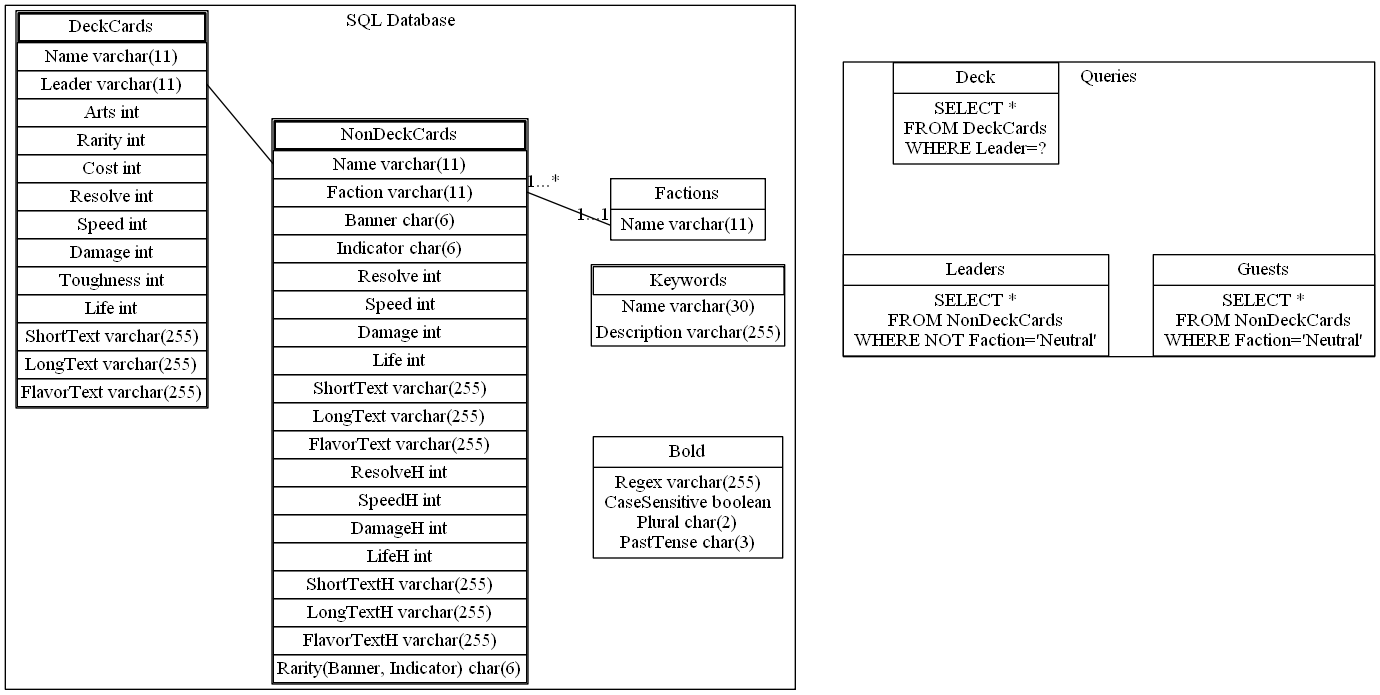
Earlier version of the Graphviz export graphs/commands.png (sbrow/skirmish). Its source is kept beside it as graphs/commands.gv.
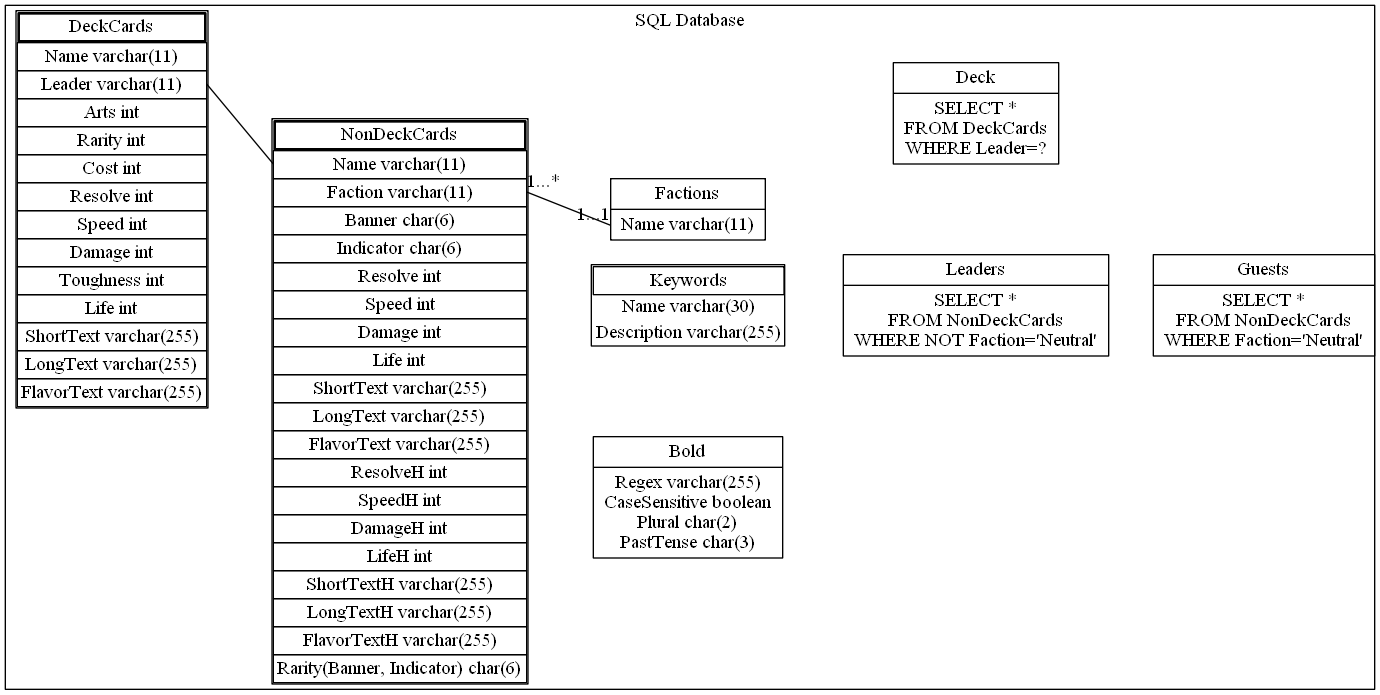
Above is the later version.

What changed in the source:
```diff
@@ -3,85 +3,89 @@
 	subgraph cluster_sql {
 		label = "SQL Database"
 		node [shape=record]
-		BoldWords [label="{Bold|Regex varchar(255)\nCaseSensitive boolean"
-			+ "\nPlural char(2)\nPastTense char(3)"
-			+ "}"
-			pos="6,-2!"
-		]
-		Keywords [
-		pos="6,0!"
-		shape=none
-		label=<<table border="1" cellspacing="0">
-			<tr><td port="" border="1">Keywords</td></tr>
-			<tr><td port="Name" border="0">Name varchar(30)</td></tr>
-			<tr><td port="Description" border="0">Description varchar(255)</td></tr>
-		</table>>
-		]
-		DeckCards [
-		shape=none
-		pos="0,1!"
-		label=<<table border="1" cellspacing="0">
-			<tr><td port="" border="2">DeckCards</td></tr>
-			<tr><td port="Name">Name varchar(11)</td></tr>
-			<tr><td port="Leader">Leader varchar(11)</td></tr>
-			<tr><td port="Arts">Arts int</td></tr>
-			<tr><td port="Rarity">Rarity int</td></tr>
-			<tr><td port="Cost">Cost int</td></tr>
-			<tr><td port="Resolve">Resolve int</td></tr>
-			<tr><td port="Speed">Speed int</td></tr>
-			<tr><td port="Damage">Damage int</td></tr>
-			<tr><td port="Toughness">Toughness int</td></tr>
-			<tr><td port="Life">Life int</td></tr>
-			<tr><td port="ShortText">ShortText varchar(255)</td></tr>
-			<tr><td port="LongText">LongText varchar(255)</td></tr>
-			<tr><td port="FlavorText">FlavorText varchar(255)</td></tr>
-		</table>>
-		]
-		NonDeckCards [
-		shape=none
-		pos="3,-1!"
-		label=<<table border="1" cellspacing="0">
-			<tr><td port="" border="2">NonDeckCards</td></tr>
-			<tr><td port="Name">Name varchar(11)</td></tr>
-			<tr><td port="Faction">Faction varchar(11)</td></tr>
-			<tr><td port="Banner">Banner char(6)</td></tr>
-			<tr><td port="Indicator">Indicator char(6)</td></tr>
-			<tr><td port="Resolve">Resolve int</td></tr>
-			<tr><td port="Speed">Speed int</td></tr>
-			<tr><td port="Damage">Damage int</td></tr>
-			<tr><td port="Life">Life int</td></tr>
-			<tr><td port="ShortText">ShortText varchar(255)</td></tr>
-			<tr><td port="LongText">LongText varchar(255)</td></tr>
-			<tr><td port="FlavorText">FlavorText varchar(255)</td></tr>
-			<tr><td port="ResolveH">ResolveH int</td></tr>
-			<tr><td port="SpeedH">SpeedH int</td></tr>
-			<tr><td port="DamageH">DamageH int</td></tr>
-			<tr><td port="LifeH">LifeH int</td></tr>
-			<tr><td port="ShortTextH">ShortTextH varchar(255)</td></tr>
-			<tr><td port="LongTextH">LongTextH varchar(255)</td></tr>
-			<tr><td port="FlavorTextH">FlavorTextH varchar(255)</td></tr>
-			<tr><td port="Rarity">Rarity(Banner, Indicator) char(6)</td></tr>
-		</table>>
-		]
-		Factions [label="{Factions|<name>Name varchar(11)}", pos="6,1!"]
-		Factions:name -- NonDeckCards:Faction [headlabel="1...*" taillabel="1...1"]
-		NonDeckCards:Name -- DeckCards:Leader
+		subgraph cluster_tables {
+			label = "Tables"
+			BoldWords [label="{Bold|Regex varchar(255)\nCaseSensitive boolean"
+				+ "\nPlural char(2)\nPastTense char(3)"
+				+ "}"
+				pos="6,-2!"
+			]
+			Keywords [
+			pos="6,0!"
+			shape=none
+			label=<<table border="1" cellspacing="0">
+				<tr><td port="" border="1">Keywords</td></tr>
+				<tr><td port="Name" border="0">Name varchar(30)</td></tr>
+				<tr><td port="Description" border="0">Description varchar(255)</td></tr>
+			</table>>
+			]
+			DeckCards [
+			shape=none
+			pos="0,1!"
+			label=<<table border="1" cellspacing="0">
+				<tr><td port="" border="2">DeckCards</td></tr>
+				<tr><td port="Name">Name varchar(11)</td></tr>
+				<tr><td port="Leader">Leader varchar(11)</td></tr>
+				<tr><td port="Arts">Arts int</td></tr>
+				<tr><td port="Rarity">Rarity int</td></tr>
+				<tr><td port="Cost">Cost int</td></tr>
+				<tr><td port="Resolve">Resolve int</td></tr>
+				<tr><td port="Speed">Speed int</td></tr>
+				<tr><td port="Damage">Damage int</td></tr>
+				<tr><td port="Toughness">Toughness int</td></tr>
+				<tr><td port="Life">Life int</td></tr>
+				<tr><td port="ShortText">ShortText varchar(255)</td></tr>
+				<tr><td port="LongText">LongText varchar(255)</td></tr>
+				<tr><td port="FlavorText">FlavorText varchar(255)</td></tr>
+			</table>>
+			]
+			NonDeckCards [
+			shape=none
+			pos="3,-1!"
+			label=<<table border="1" cellspacing="0">
+				<tr><td port="" border="2">NonDeckCards</td></tr>
+				<tr><td port="Name">Name varchar(11)</td></tr>
+				<tr><td port="Faction">Faction varchar(11)</td></tr>
+				<tr><td port="Banner">Banner char(6)</td></tr>
+				<tr><td port="Indicator">Indicator char(6)</td></tr>
+				<tr><td port="Resolve">Resolve int</td></tr>
+				<tr><td port="Speed">Speed int</td></tr>
+				<tr><td port="Damage">Damage int</td></tr>
+				<tr><td port="Life">Life int</td></tr>
+				<tr><td port="ShortText">ShortText varchar(255)</td></tr>
+				<tr><td port="LongText">LongText varchar(255)</td></tr>
+				<tr><td port="FlavorText">FlavorText varchar(255)</td></tr>
+				<tr><td port="ResolveH">ResolveH int</td></tr>
+				<tr><td port="SpeedH">SpeedH int</td></tr>
+				<tr><td port="DamageH">DamageH int</td></tr>
+				<tr><td port="LifeH">LifeH int</td></tr>
+				<tr><td port="ShortTextH">ShortTextH varchar(255)</td></tr>
+				<tr><td port="LongTextH">LongTextH varchar(255)</td></tr>
+				<tr><td port="FlavorTextH">FlavorTextH varchar(255)</td></tr>
+				<tr><td port="Rarity">Rarity(Banner, Indicator) char(6)</td></tr>
+			</table>>
+			]
+			Factions [label="{Factions|<name>Name varchar(11)}", pos="6,1!"]
+			Factions:name -- NonDeckCards:Faction [headlabel="1...*" taillabel="1...1"]
+			NonDeckCards:Name -- DeckCards:Leader
+		}
+		subgraph cluster_query {
+			label="Views"
+			Leaders [
+				label="{Leaders|SELECT *\nFROM NonDeckCards\nWHERE NOT Faction='Neutral'}"
+				pos="9,0!"
+				]
+			Guests [
+				label="{Guests|SELECT *\nFROM NonDeckCards\nWHERE Faction='Neutral'}"
+				pos="12,0!"
+				]
+			Deck [
+				label="{Deck|SELECT *\nFROM DeckCards\nWHERE Leader=?}"
+				pos="9,2!"
+			]
+		}
 	}
-	subgraph cluster_query {
-		label="Queries"
-		Leaders [
-			label="{Leaders|SELECT *\nFROM NonDeckCards\nWHERE NOT Faction='Neutral'}"
-			pos="9,0!"
-			]
-		Guests [
-			label="{Guests|SELECT *\nFROM NonDeckCards\nWHERE Faction='Neutral'}"
-			pos="12,0!"
-			]
-		Deck [
-			label="{Deck|SELECT *\nFROM DeckCards\nWHERE Leader=?}"
-			pos="9,2!"
-		]
-	}/*
+	/*
 	subgraph cluster_query {
 		bold
 		BoldWords -> bold
```
